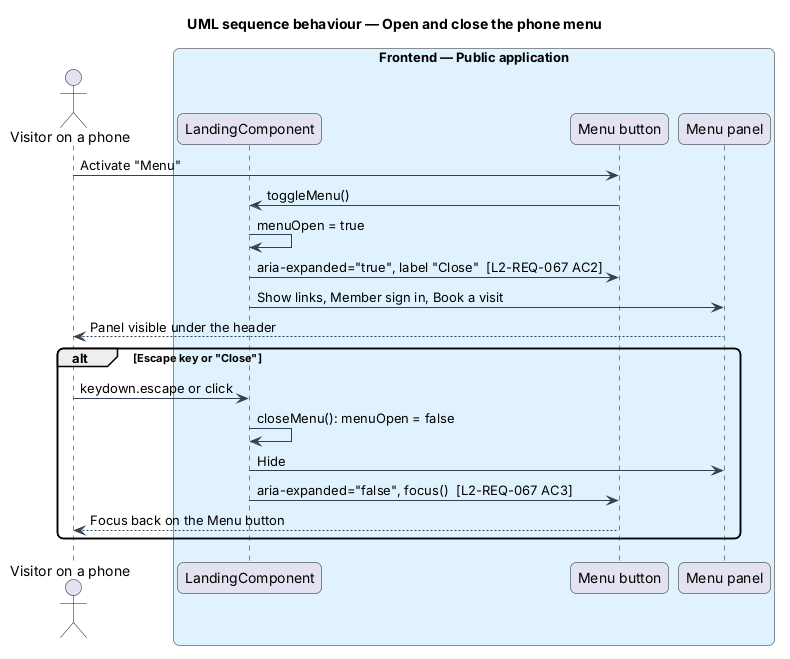
The PlantUML diagram docs/detailed-designs/public-app/show-home-page/diagrams/sequence-open-menu.png in QuinntyneBrown/Coop, before a commit.
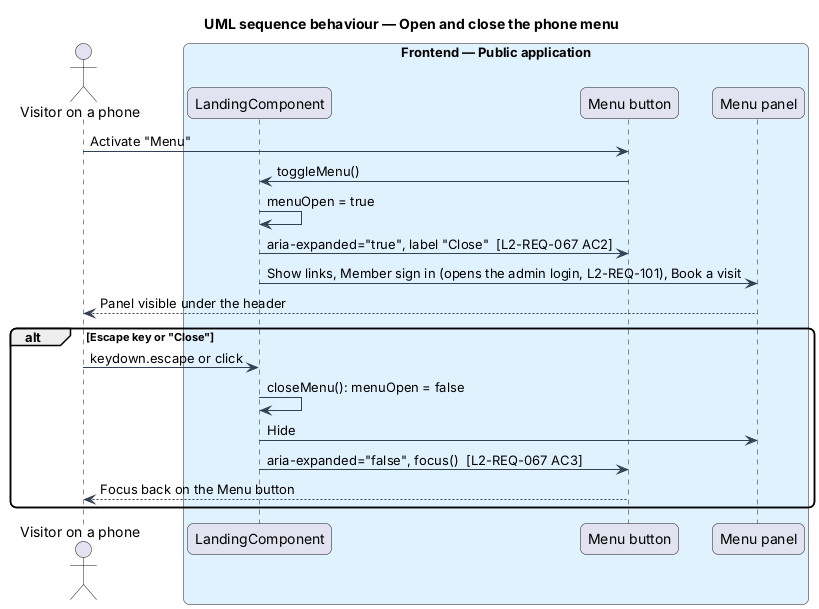
The same file after the commit.

Diff of the diagram source:
```diff
@@ -1,5 +1,4 @@
 @startuml
-!pragma layout smetana
 title UML sequence behaviour — Open and close the phone menu
 skinparam backgroundColor #FFFFFF
 skinparam shadowing false
@@ -16,7 +15,7 @@
 button -> page : toggleMenu()
 page -> page : menuOpen = true
 page -> button : aria-expanded="true", label "Close"  [L2-REQ-067 AC2]
-page -> panel : Show links, Member sign in, Book a visit
+page -> panel : Show links, Member sign in (opens the admin login, L2-REQ-101), Book a visit
 panel --> actor : Panel visible under the header
 alt Escape key or "Close"
   actor -> page : keydown.escape or click
```
